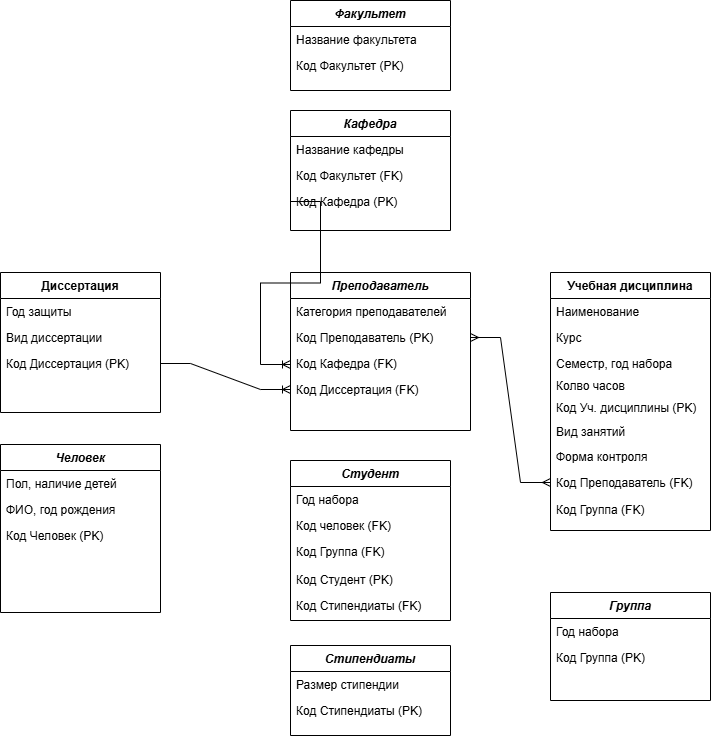
The draw.io diagram БД 2 Хорошилова.drawio.png in ksinph/PSTU_LABS_2023, before a commit. Source tidied: cells renumbered, new cells last; positions are measured from the earlier drawing's top-left corner, leaving out a move shared by most shapes.
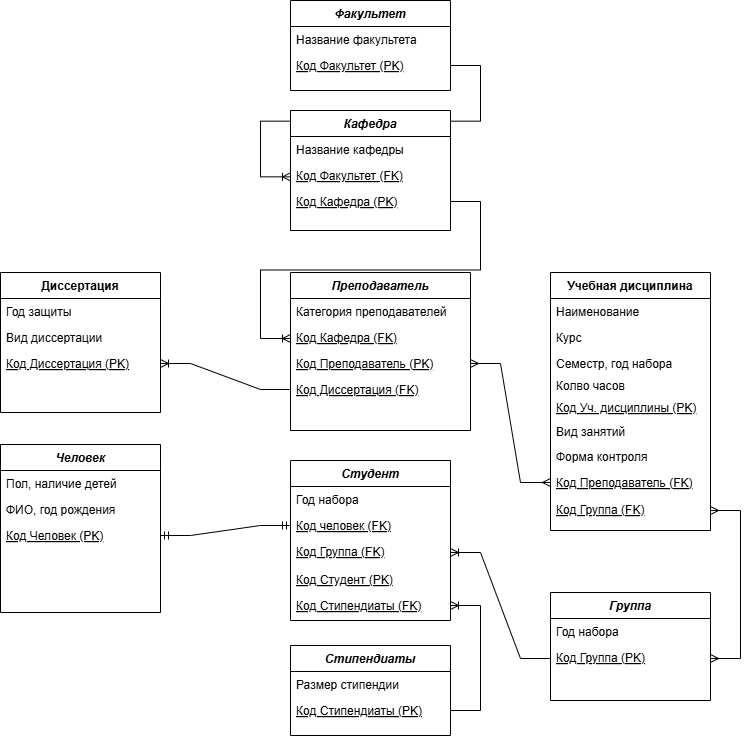
After the commit.

What changed in the source:
```diff
@@ -2,6 +2,20 @@
   <root>
     <mxCell id="0" />
     <mxCell id="1" parent="0" />
+    <mxCell id="47" style="edgeStyle=entityRelationEdgeStyle;fontSize=12;html=1;endArrow=ERoneToMany;rounded=0;exitX=1;exitY=0.5;exitDx=0;exitDy=0;" parent="1" edge="1" source="45">
+      <mxGeometry relative="1" as="geometry">
+        <mxPoint x="290" y="176.3" as="targetPoint" />
+        <Array as="points">
+          <mxPoint x="470" y="100" />
+          <mxPoint x="280" y="86.3" />
+          <mxPoint x="470" y="90" />
+          <mxPoint x="270" y="66.3" />
+          <mxPoint x="380" y="90" />
+          <mxPoint x="380" y="96.3" />
+          <mxPoint x="380" y="96.3" />
+        </Array>
+      </mxGeometry>
+    </mxCell>
     <mxCell id="2" value="Человек" style="swimlane;fontStyle=3;align=center;verticalAlign=top;horizontal=1;startSize=26;rounded=0;shadow=0;strokeWidth=1;" parent="1" vertex="1">
       <mxGeometry y="444" width="160" height="168" as="geometry" />
     </mxCell>
@@ -11,7 +25,7 @@
     <mxCell id="4" value="ФИО, год рождения" style="text;align=left;verticalAlign=top;spacingLeft=4;spacingRight=4;overflow=hidden;rounded=0;shadow=0;html=0;" parent="2" vertex="1">
       <mxGeometry y="52" width="160" height="26" as="geometry" />
     </mxCell>
-    <mxCell id="5" value="Код Человек (PK)" style="text;align=left;verticalAlign=top;spacingLeft=4;spacingRight=4;overflow=hidden;points=[[0,0.5],[1,0.5]];portConstraint=eastwest;rounded=0;shadow=0;html=0;" parent="2" vertex="1">
+    <mxCell id="5" value="Код Человек (PK)" style="text;align=left;verticalAlign=top;spacingLeft=4;spacingRight=4;overflow=hidden;points=[[0,0.5],[1,0.5]];portConstraint=eastwest;rounded=0;shadow=0;html=0;fontStyle=4;" parent="2" vertex="1">
       <mxGeometry y="78" width="160" height="26" as="geometry" />
     </mxCell>
     <mxCell id="6" value="Учебная дисциплина" style="swimlane;fontStyle=1;align=center;verticalAlign=top;horizontal=1;startSize=26;rounded=0;shadow=0;strokeWidth=1;" parent="1" vertex="1">
@@ -38,7 +52,7 @@
     <mxCell id="13" value="Вид диссертации" style="text;align=left;verticalAlign=top;spacingLeft=4;spacingRight=4;overflow=hidden;rounded=0;shadow=0;html=0;" parent="11" vertex="1">
       <mxGeometry y="52" width="160" height="26" as="geometry" />
     </mxCell>
-    <mxCell id="14" value="Код Диссертация (PK)" style="text;align=left;verticalAlign=top;spacingLeft=4;spacingRight=4;overflow=hidden;points=[[0,0.5],[1,0.5]];portConstraint=eastwest;rounded=0;shadow=0;html=0;" parent="11" vertex="1">
+    <mxCell id="14" value="Код Диссертация (PK)" style="text;align=left;verticalAlign=top;spacingLeft=4;spacingRight=4;overflow=hidden;points=[[0,0.5],[1,0.5]];portConstraint=eastwest;rounded=0;shadow=0;html=0;fontStyle=4;" parent="11" vertex="1">
       <mxGeometry y="78" width="160" height="26" as="geometry" />
     </mxCell>
     <mxCell id="15" value="Вид занятий" style="text;align=left;verticalAlign=top;spacingLeft=4;spacingRight=4;overflow=hidden;" parent="1" vertex="1">
@@ -53,7 +67,7 @@
     <mxCell id="18" value="Размер стипендии" style="text;align=left;verticalAlign=top;spacingLeft=4;spacingRight=4;overflow=hidden;" parent="17" vertex="1">
       <mxGeometry y="26" width="160" height="26" as="geometry" />
     </mxCell>
-    <mxCell id="19" value="Код Стипендиаты (PK)" style="text;align=left;verticalAlign=top;spacingLeft=4;spacingRight=4;overflow=hidden;points=[[0,0.5],[1,0.5]];portConstraint=eastwest;" parent="17" vertex="1">
+    <mxCell id="19" value="Код Стипендиаты (PK)" style="text;align=left;verticalAlign=top;spacingLeft=4;spacingRight=4;overflow=hidden;points=[[0,0.5],[1,0.5]];portConstraint=eastwest;fontStyle=4;" parent="17" vertex="1">
       <mxGeometry y="52" width="160" height="26" as="geometry" />
     </mxCell>
     <mxCell id="20" value="Группа" style="swimlane;fontStyle=3;align=center;verticalAlign=top;horizontal=1;startSize=26;rounded=0;shadow=0;strokeWidth=1;" parent="1" vertex="1">
@@ -62,7 +76,7 @@
     <mxCell id="21" value="Год набора" style="text;align=left;verticalAlign=top;spacingLeft=4;spacingRight=4;overflow=hidden;" parent="20" vertex="1">
       <mxGeometry y="26" width="160" height="26" as="geometry" />
     </mxCell>
-    <mxCell id="22" value="Код Группа (PK)" style="text;align=left;verticalAlign=top;spacingLeft=4;spacingRight=4;overflow=hidden;points=[[0,0.5],[1,0.5]];portConstraint=eastwest;" parent="20" vertex="1">
+    <mxCell id="22" value="Код Группа (PK)" style="text;align=left;verticalAlign=top;spacingLeft=4;spacingRight=4;overflow=hidden;points=[[0,0.5],[1,0.5]];portConstraint=eastwest;fontStyle=4;" parent="20" vertex="1">
       <mxGeometry y="52" width="160" height="28" as="geometry" />
     </mxCell>
     <mxCell id="23" value="Преподаватель" style="swimlane;fontStyle=3;align=center;verticalAlign=top;horizontal=1;startSize=26;rounded=0;shadow=0;strokeWidth=1;" parent="1" vertex="1">
@@ -71,28 +85,28 @@
     <mxCell id="24" value="Категория преподавателей" style="text;align=left;verticalAlign=top;spacingLeft=4;spacingRight=4;overflow=hidden;" parent="23" vertex="1">
       <mxGeometry y="26" width="180" height="26" as="geometry" />
     </mxCell>
+    <mxCell id="26" value="Код Кафедра (FK)" style="text;align=left;verticalAlign=top;spacingLeft=4;spacingRight=4;overflow=hidden;fontStyle=4;" parent="23" vertex="1">
+      <mxGeometry y="52" width="180" height="26" as="geometry" />
+    </mxCell>
-    <mxCell id="25" value="Код Преподаватель (PK)" style="text;align=left;verticalAlign=top;spacingLeft=4;spacingRight=4;overflow=hidden;points=[[0,0.5],[1,0.5]];portConstraint=eastwest;" parent="23" vertex="1">
-      <mxGeometry y="52" width="180" height="26" as="geometry" />
+    <mxCell id="25" value="Код Преподаватель (PK)" style="text;align=left;verticalAlign=top;spacingLeft=4;spacingRight=4;overflow=hidden;points=[[0,0.5],[1,0.5]];portConstraint=eastwest;fontStyle=4;" parent="23" vertex="1">
+      <mxGeometry y="78" width="180" height="26" as="geometry" />
     </mxCell>
-    <mxCell id="26" value="Код Кафедра (FK)" style="text;align=left;verticalAlign=top;spacingLeft=4;spacingRight=4;overflow=hidden;" parent="23" vertex="1">
-      <mxGeometry y="78" width="180" height="26" as="geometry" />
-    </mxCell>
-    <mxCell id="27" value="Код Диссертация (FK)" style="text;align=left;verticalAlign=top;spacingLeft=4;spacingRight=4;overflow=hidden;points=[[0,0.5],[1,0.5]];portConstraint=eastwest;rounded=0;shadow=0;html=0;" parent="23" vertex="1">
+    <mxCell id="27" value="Код Диссертация (FK)" style="text;align=left;verticalAlign=top;spacingLeft=4;spacingRight=4;overflow=hidden;points=[[0,0.5],[1,0.5]];portConstraint=eastwest;rounded=0;shadow=0;html=0;fontStyle=4;" parent="23" vertex="1">
       <mxGeometry y="104" width="180" height="26" as="geometry" />
     </mxCell>
-    <mxCell id="28" value="Код Уч. дисциплины (PK)" style="text;align=left;verticalAlign=top;spacingLeft=4;spacingRight=4;overflow=hidden;" parent="1" vertex="1">
+    <mxCell id="28" value="Код Уч. дисциплины (PK)" style="text;align=left;verticalAlign=top;spacingLeft=4;spacingRight=4;overflow=hidden;fontStyle=4;" parent="1" vertex="1">
       <mxGeometry x="550" y="394" width="160" height="26" as="geometry" />
     </mxCell>
-    <mxCell id="29" value="Код Преподаватель (FK)" style="text;align=left;verticalAlign=top;spacingLeft=4;spacingRight=4;overflow=hidden;points=[[0,0.5],[1,0.5]];portConstraint=eastwest;" parent="1" vertex="1">
+    <mxCell id="29" value="Код Преподаватель (FK)" style="text;align=left;verticalAlign=top;spacingLeft=4;spacingRight=4;overflow=hidden;points=[[0,0.5],[1,0.5]];portConstraint=eastwest;fontStyle=4;" parent="1" vertex="1">
       <mxGeometry x="550" y="469" width="160" height="26" as="geometry" />
     </mxCell>
-    <mxCell id="30" style="edgeStyle=entityRelationEdgeStyle;fontSize=12;html=1;endArrow=ERoneToMany;rounded=0;entryX=0;entryY=0.5;entryDx=0;entryDy=0;exitX=1;exitY=0.5;exitDx=0;exitDy=0;" parent="1" edge="1" source="14" target="27">
+    <mxCell id="30" style="edgeStyle=entityRelationEdgeStyle;fontSize=12;html=1;endArrow=ERoneToMany;rounded=0;entryX=1;entryY=0.5;entryDx=0;entryDy=0;exitX=0;exitY=0.5;exitDx=0;exitDy=0;" parent="1" edge="1" source="27" target="14">
       <mxGeometry relative="1" as="geometry" />
     </mxCell>
     <mxCell id="31" style="edgeStyle=entityRelationEdgeStyle;fontSize=12;html=1;endArrow=ERmany;startArrow=ERmany;rounded=0;exitX=1;exitY=0.5;exitDx=0;exitDy=0;entryX=0;entryY=0.5;entryDx=0;entryDy=0;" parent="1" edge="1" source="25" target="29">
       <mxGeometry relative="1" as="geometry" />
     </mxCell>
-    <mxCell id="32" value="Код Группа (FK)" style="text;align=left;verticalAlign=top;spacingLeft=4;spacingRight=4;overflow=hidden;points=[[0,0.5],[1,0.5]];portConstraint=eastwest;" parent="1" vertex="1">
+    <mxCell id="32" value="Код Группа (FK)" style="text;align=left;verticalAlign=top;spacingLeft=4;spacingRight=4;overflow=hidden;points=[[0,0.5],[1,0.5]];portConstraint=eastwest;fontStyle=4;" parent="1" vertex="1">
       <mxGeometry x="550" y="496" width="160" height="28" as="geometry" />
     </mxCell>
     <mxCell id="33" value="Кафедра" style="swimlane;fontStyle=3;align=center;verticalAlign=top;horizontal=1;startSize=26;rounded=0;shadow=0;strokeWidth=1;" parent="1" vertex="1">
@@ -101,10 +115,10 @@
     <mxCell id="34" value="Название кафедры" style="text;align=left;verticalAlign=top;spacingLeft=4;spacingRight=4;overflow=hidden;" parent="33" vertex="1">
       <mxGeometry y="26" width="160" height="26" as="geometry" />
     </mxCell>
-    <mxCell id="35" value="Код Факультет (FK)" style="text;align=left;verticalAlign=top;spacingLeft=4;spacingRight=4;overflow=hidden;fontStyle=0;" parent="33" vertex="1">
+    <mxCell id="35" value="Код Факультет (FK)" style="text;align=left;verticalAlign=top;spacingLeft=4;spacingRight=4;overflow=hidden;fontStyle=4;" parent="33" vertex="1">
       <mxGeometry y="52" width="160" height="26" as="geometry" />
     </mxCell>
-    <mxCell id="36" value="Код Кафедра (PK)" style="text;align=left;verticalAlign=top;spacingLeft=4;spacingRight=4;overflow=hidden;points=[[0,0.5],[1,0.5]];portConstraint=eastwest;" parent="33" vertex="1">
+    <mxCell id="36" value="Код Кафедра (PK)" style="text;align=left;verticalAlign=top;spacingLeft=4;spacingRight=4;overflow=hidden;points=[[0,0.5],[1,0.5]];portConstraint=eastwest;fontStyle=4;" parent="33" vertex="1">
       <mxGeometry y="78" width="160" height="26" as="geometry" />
     </mxCell>
     <mxCell id="37" value="Студент" style="swimlane;fontStyle=3;align=center;verticalAlign=top;horizontal=1;startSize=26;rounded=0;shadow=0;strokeWidth=1;" parent="1" vertex="1">
@@ -113,16 +127,16 @@
     <mxCell id="38" value="Год набора" style="text;align=left;verticalAlign=top;spacingLeft=4;spacingRight=4;overflow=hidden;" parent="37" vertex="1">
       <mxGeometry y="26" width="160" height="26" as="geometry" />
     </mxCell>
-    <mxCell id="39" value="Код человек (FK)" style="text;align=left;verticalAlign=top;spacingLeft=4;spacingRight=4;overflow=hidden;points=[[0,0.5],[1,0.5]];portConstraint=eastwest;rounded=0;shadow=0;html=0;" parent="37" vertex="1">
+    <mxCell id="39" value="Код человек (FK)" style="text;align=left;verticalAlign=top;spacingLeft=4;spacingRight=4;overflow=hidden;points=[[0,0.5],[1,0.5]];portConstraint=eastwest;rounded=0;shadow=0;html=0;fontStyle=4;" parent="37" vertex="1">
       <mxGeometry y="52" width="160" height="26" as="geometry" />
     </mxCell>
-    <mxCell id="40" value="Код Группа (FK)" style="text;align=left;verticalAlign=top;spacingLeft=4;spacingRight=4;overflow=hidden;points=[[0,0.5],[1,0.5]];portConstraint=eastwest;" parent="37" vertex="1">
+    <mxCell id="40" value="Код Группа (FK)" style="text;align=left;verticalAlign=top;spacingLeft=4;spacingRight=4;overflow=hidden;points=[[0,0.5],[1,0.5]];portConstraint=eastwest;fontStyle=4;" parent="37" vertex="1">
       <mxGeometry y="78" width="160" height="28" as="geometry" />
     </mxCell>
-    <mxCell id="41" value="Код Студент (PK)" style="text;align=left;verticalAlign=top;spacingLeft=4;spacingRight=4;overflow=hidden;" parent="37" vertex="1">
+    <mxCell id="41" value="Код Студент (PK)" style="text;align=left;verticalAlign=top;spacingLeft=4;spacingRight=4;overflow=hidden;fontStyle=4;" parent="37" vertex="1">
       <mxGeometry y="106" width="160" height="26" as="geometry" />
     </mxCell>
-    <mxCell id="42" value="Код Стипендиаты (FK)" style="text;align=left;verticalAlign=top;spacingLeft=4;spacingRight=4;overflow=hidden;points=[[0,0.5],[1,0.5]];portConstraint=eastwest;" parent="37" vertex="1">
+    <mxCell id="42" value="Код Стипендиаты (FK)" style="text;align=left;verticalAlign=top;spacingLeft=4;spacingRight=4;overflow=hidden;points=[[0,0.5],[1,0.5]];portConstraint=eastwest;fontStyle=4;" parent="37" vertex="1">
       <mxGeometry y="132" width="160" height="26" as="geometry" />
     </mxCell>
     <mxCell id="43" value="Факультет" style="swimlane;fontStyle=3;align=center;verticalAlign=top;horizontal=1;startSize=26;rounded=0;shadow=0;strokeWidth=1;" parent="1" vertex="1">
@@ -131,20 +145,36 @@
     <mxCell id="44" value="Название факультета" style="text;align=left;verticalAlign=top;spacingLeft=4;spacingRight=4;overflow=hidden;" parent="43" vertex="1">
       <mxGeometry y="26" width="160" height="26" as="geometry" />
     </mxCell>
-    <mxCell id="45" value="Код Факультет (PK)" style="text;align=left;verticalAlign=top;spacingLeft=4;spacingRight=4;overflow=hidden;points=[[0,0.5],[1,0.5]];portConstraint=eastwest;fontStyle=0;" parent="43" vertex="1">
+    <mxCell id="45" value="Код Факультет (PK)" style="text;align=left;verticalAlign=top;spacingLeft=4;spacingRight=4;overflow=hidden;points=[[0,0.5],[1,0.5]];portConstraint=eastwest;fontStyle=4;" parent="43" vertex="1">
       <mxGeometry y="52" width="160" height="26" as="geometry" />
     </mxCell>
-    <mxCell id="46" style="edgeStyle=entityRelationEdgeStyle;fontSize=12;html=1;endArrow=ERoneToMany;rounded=0;exitX=0;exitY=0.5;exitDx=0;exitDy=0;" parent="1" edge="1" source="36">
+    <mxCell id="46" style="edgeStyle=entityRelationEdgeStyle;fontSize=12;html=1;endArrow=ERoneToMany;rounded=0;exitX=1;exitY=0.5;exitDx=0;exitDy=0;verticalAlign=top;" parent="1" edge="1" source="36">
       <mxGeometry relative="1" as="geometry">
-        <mxPoint x="290" y="364" as="targetPoint" />
+        <mxPoint x="290" y="338" as="targetPoint" />
         <Array as="points">
-          <mxPoint x="240" y="240" />
-          <mxPoint x="270" y="250" />
-          <mxPoint x="240" y="230" />
-          <mxPoint x="240" y="210" />
-          <mxPoint x="260" y="230" />
+          <mxPoint x="250" y="238" />
+          <mxPoint x="280" y="248" />
+          <mxPoint x="380" y="238" />
+          <mxPoint x="490" y="278" />
+          <mxPoint x="270" y="308" />
+          <mxPoint x="490" y="308" />
+          <mxPoint x="250" y="228" />
+          <mxPoint x="250" y="208" />
+          <mxPoint x="270" y="228" />
         </Array>
       </mxGeometry>
     </mxCell>
+    <mxCell id="48" style="edgeStyle=entityRelationEdgeStyle;fontSize=12;html=1;endArrow=ERmany;startArrow=ERmany;rounded=0;entryX=1;entryY=0.5;entryDx=0;entryDy=0;exitX=1;exitY=0.5;exitDx=0;exitDy=0;" parent="1" edge="1" source="22" target="32">
+      <mxGeometry relative="1" as="geometry" />
+    </mxCell>
+    <mxCell id="49" style="edgeStyle=entityRelationEdgeStyle;fontSize=12;html=1;endArrow=ERoneToMany;rounded=0;entryX=1;entryY=0.5;entryDx=0;entryDy=0;exitX=1;exitY=0.5;exitDx=0;exitDy=0;" parent="1" edge="1" source="19" target="42">
+      <mxGeometry relative="1" as="geometry" />
+    </mxCell>
+    <mxCell id="50" style="edgeStyle=entityRelationEdgeStyle;fontSize=12;html=1;endArrow=ERoneToMany;rounded=0;entryX=1;entryY=0.5;entryDx=0;entryDy=0;exitX=0;exitY=0.5;exitDx=0;exitDy=0;" parent="1" edge="1" source="22" target="40">
+      <mxGeometry relative="1" as="geometry" />
+    </mxCell>
+    <mxCell id="51" style="edgeStyle=entityRelationEdgeStyle;fontSize=12;html=1;endArrow=ERmandOne;startArrow=ERmandOne;rounded=0;exitX=1;exitY=0.5;exitDx=0;exitDy=0;entryX=0;entryY=0.5;entryDx=0;entryDy=0;" parent="1" edge="1" source="5" target="39">
+      <mxGeometry relative="1" as="geometry" />
+    </mxCell>
   </root>
 </mxGraphModel>
```
